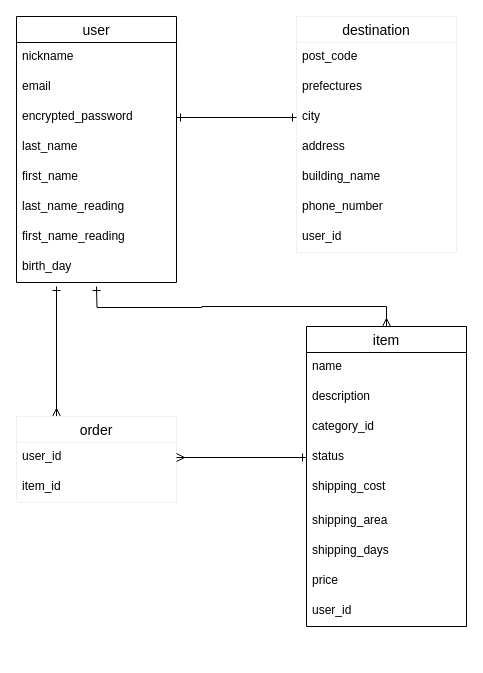
Before: furima.dio in mitsurusekiguchi/furima-34455, a draw.io diagram. Source tidied: cells renumbered, new cells numbered last; positions are measured from the earlier drawing's top-left corner, leaving out a move shared by most shapes. Both pictures are drawn from the tidied source at 100%, with x=0, y=0 at pixel (16, 16).
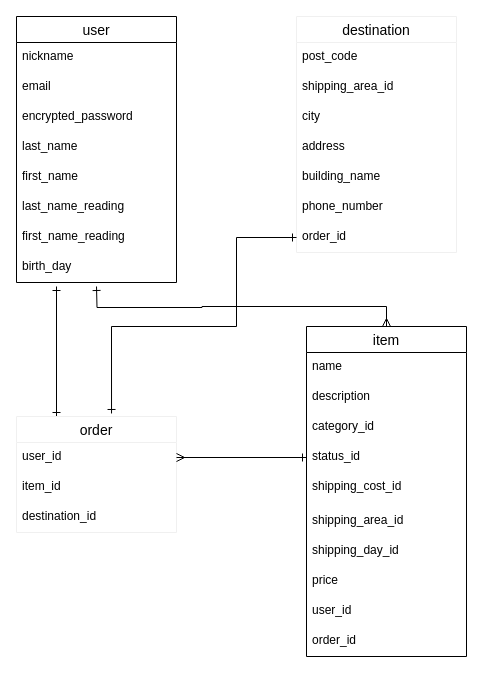
The same page after the edit.

Commit message (it also covers changes not shown here):
ER図、READMEの修正②

The change refers to these unchanged cells:
```xml
<mxCell id="5" value="encrypted_password" style="text;strokeColor=none;fillColor=none;spacingLeft=4;spacingRight=4;overflow=hidden;points=[[0,0.5],[1,0.5]];portConstraint=eastwest;fontSize=12;" parent="2" vertex="1">
  <mxGeometry y="86" width="160" height="30" as="geometry" />
</mxCell>
<mxCell id="26" value="destination" style="swimlane;fontStyle=0;horizontal=1;startSize=26;align=center;fontSize=14;strokeColor=#f0f0f0;" parent="1" vertex="1">
  <mxGeometry x="280" width="160" height="236" as="geometry" />
</mxCell>
<mxCell id="29" value="city" style="text;strokeColor=none;fillColor=none;spacingLeft=4;spacingRight=4;overflow=hidden;points=[[0,0.5],[1,0.5]];portConstraint=eastwest;fontSize=12;" parent="26" vertex="1">
  <mxGeometry y="86" width="160" height="30" as="geometry" />
</mxCell>
```

Change to the diagram source:
```diff
@@
     <mxCell id="12" value="item" style="swimlane;fontStyle=0;horizontal=1;startSize=26;align=center;fontSize=14;" parent="1" vertex="1">
-      <mxGeometry x="290" y="310" width="160" height="300" as="geometry" />
+      <mxGeometry x="290" y="310" width="160" height="330" as="geometry" />
     </mxCell>
@@
-    <mxCell id="16" value="status" style="text;strokeColor=none;fillColor=none;spacingLeft=4;spacingRight=4;overflow=hidden;points=[[0,0.5],[1,0.5]];portConstraint=eastwest;fontSize=12;" parent="12" vertex="1">
+    <mxCell id="16" value="status_id" style="text;strokeColor=none;fillColor=none;spacingLeft=4;spacingRight=4;overflow=hidden;points=[[0,0.5],[1,0.5]];portConstraint=eastwest;fontSize=12;" parent="12" vertex="1">
       <mxGeometry y="116" width="160" height="30" as="geometry" />
     </mxCell>
-    <mxCell id="17" value="shipping_cost" style="text;strokeColor=none;fillColor=none;spacingLeft=4;spacingRight=4;overflow=hidden;fontSize=12;" parent="12" vertex="1">
+    <mxCell id="17" value="shipping_cost_id" style="text;strokeColor=none;fillColor=none;spacingLeft=4;spacingRight=4;overflow=hidden;fontSize=12;" parent="12" vertex="1">
       <mxGeometry y="146" width="160" height="34" as="geometry" />
     </mxCell>
-    <mxCell id="18" value="shipping_area" style="text;strokeColor=none;fillColor=none;spacingLeft=4;spacingRight=4;overflow=hidden;fontSize=12;" parent="12" vertex="1">
+    <mxCell id="18" value="shipping_area_id" style="text;strokeColor=none;fillColor=none;spacingLeft=4;spacingRight=4;overflow=hidden;fontSize=12;" parent="12" vertex="1">
       <mxGeometry y="180" width="160" height="30" as="geometry" />
     </mxCell>
-    <mxCell id="19" value="shipping_days" style="text;strokeColor=none;fillColor=none;spacingLeft=4;spacingRight=4;overflow=hidden;fontSize=12;" parent="12" vertex="1">
+    <mxCell id="19" value="shipping_day_id" style="text;strokeColor=none;fillColor=none;spacingLeft=4;spacingRight=4;overflow=hidden;fontSize=12;" parent="12" vertex="1">
       <mxGeometry y="210" width="160" height="30" as="geometry" />
     </mxCell>
@@
+    <mxCell id="36" value="order_id" style="text;strokeColor=none;fillColor=none;spacingLeft=4;spacingRight=4;overflow=hidden;fontSize=12;" parent="12" vertex="1">
+      <mxGeometry y="300" width="160" height="30" as="geometry" />
+    </mxCell>
-    <mxCell id="22" style="edgeStyle=orthogonalEdgeStyle;rounded=0;jettySize=auto;html=1;exitX=0.25;exitY=0;exitDx=0;exitDy=0;startArrow=ERmany;startFill=0;endArrow=ERone;endFill=0;" parent="1" edge="1" source="23">
+    <mxCell id="22" style="edgeStyle=orthogonalEdgeStyle;rounded=0;jettySize=auto;html=1;exitX=0.25;exitY=0;exitDx=0;exitDy=0;startArrow=ERone;startFill=0;endArrow=ERone;endFill=0;" parent="1" edge="1" source="23">
       <mxGeometry relative="1" as="geometry">
         <mxPoint x="40" y="270" as="targetPoint" />
       </mxGeometry>
     </mxCell>
     <mxCell id="23" value="order" style="swimlane;fontStyle=0;horizontal=1;startSize=26;align=center;fontSize=14;strokeColor=#f0f0f0;" parent="1" vertex="1">
-      <mxGeometry y="400" width="160" height="86" as="geometry" />
+      <mxGeometry y="400" width="160" height="116" as="geometry" />
     </mxCell>
@@
+    <mxCell id="37" value="destination_id" style="text;strokeColor=none;fillColor=none;spacingLeft=4;spacingRight=4;overflow=hidden;fontSize=12;" parent="23" vertex="1">
+      <mxGeometry y="86" width="160" height="30" as="geometry" />
+    </mxCell>
@@
-    <mxCell id="28" value="prefectures" style="text;strokeColor=none;fillColor=none;spacingLeft=4;spacingRight=4;overflow=hidden;fontSize=12;" parent="26" vertex="1">
+    <mxCell id="28" value="shipping_area_id" style="text;strokeColor=none;fillColor=none;spacingLeft=4;spacingRight=4;overflow=hidden;fontSize=12;" parent="26" vertex="1">
       <mxGeometry y="56" width="160" height="30" as="geometry" />
     </mxCell>
@@
-    <mxCell id="33" value="user_id" style="text;strokeColor=none;fillColor=none;spacingLeft=4;spacingRight=4;overflow=hidden;points=[[0,0.5],[1,0.5]];portConstraint=eastwest;fontSize=12;" parent="26" vertex="1">
+    <mxCell id="33" value="order_id" style="text;strokeColor=none;fillColor=none;spacingLeft=4;spacingRight=4;overflow=hidden;points=[[0,0.5],[1,0.5]];portConstraint=eastwest;fontSize=12;" parent="26" vertex="1">
       <mxGeometry y="206" width="160" height="30" as="geometry" />
     </mxCell>
-    <mxCell id="34" style="edgeStyle=orthogonalEdgeStyle;rounded=0;jettySize=auto;html=1;exitX=0;exitY=0.5;exitDx=0;exitDy=0;entryX=1;entryY=0.5;entryDx=0;entryDy=0;startArrow=ERone;startFill=0;endArrow=ERone;endFill=0;" parent="1" edge="1" source="29" target="5">
-      <mxGeometry relative="1" as="geometry" />
-    </mxCell>
@@
+    <mxCell id="38" style="edgeStyle=orthogonalEdgeStyle;rounded=0;jettySize=auto;html=1;exitX=0;exitY=0.5;exitDx=0;exitDy=0;entryX=0.594;entryY=-0.026;entryDx=0;entryDy=0;entryPerimeter=0;startArrow=ERone;startFill=0;endArrow=ERone;endFill=0;" parent="1" edge="1" source="33" target="23">
+      <mxGeometry relative="1" as="geometry">
+        <Array as="points">
+          <mxPoint x="220" y="221" />
+          <mxPoint x="220" y="310" />
+          <mxPoint x="95" y="310" />
+        </Array>
+      </mxGeometry>
+    </mxCell>
```
